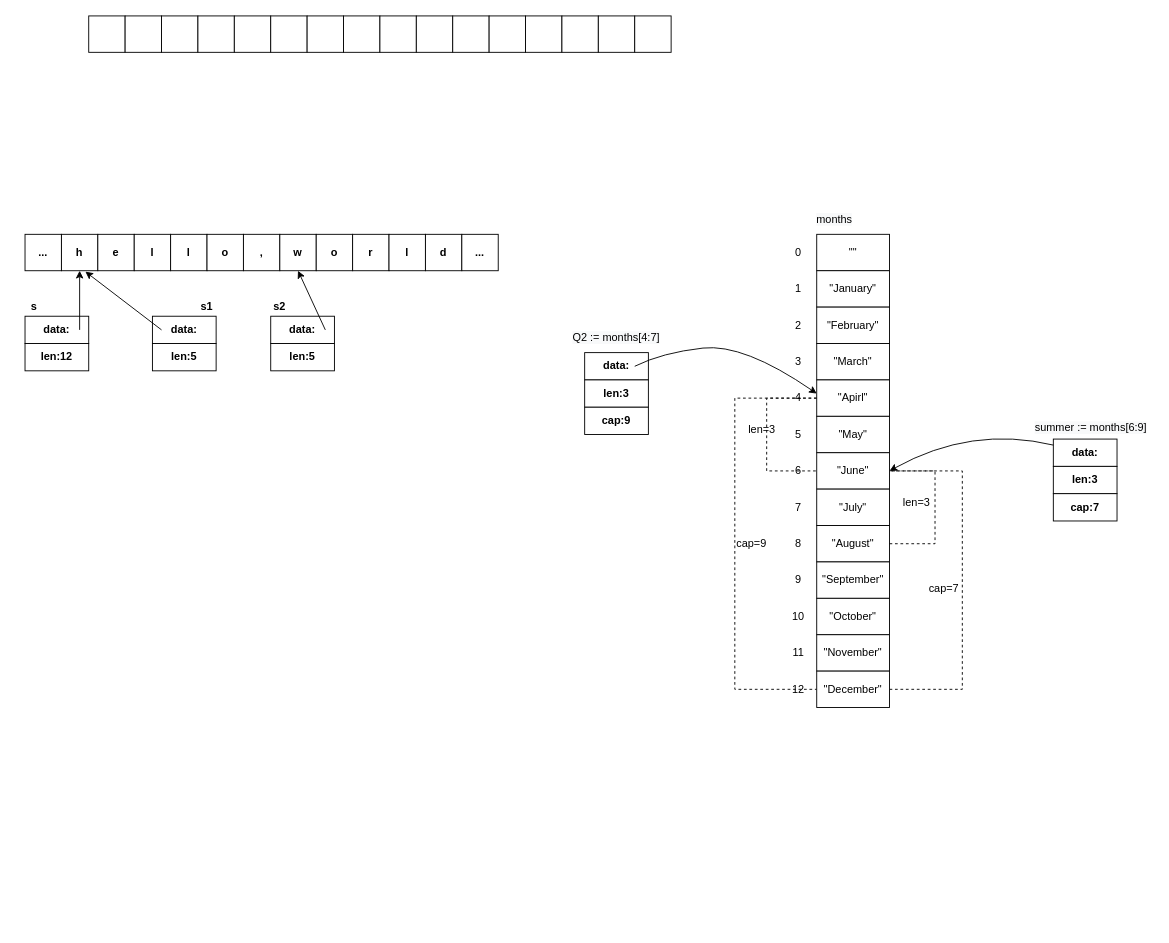
Above: go_basic.drawio in walkerdu/draw_io (draw.io), before the change. Source tidied: cells renumbered, new cells numbered last; positions are measured from the earlier drawing's top-left corner, leaving out a move shared by most shapes. Both pictures are drawn from the tidied source at 91%, with x=0, y=0 at pixel (15, 15).
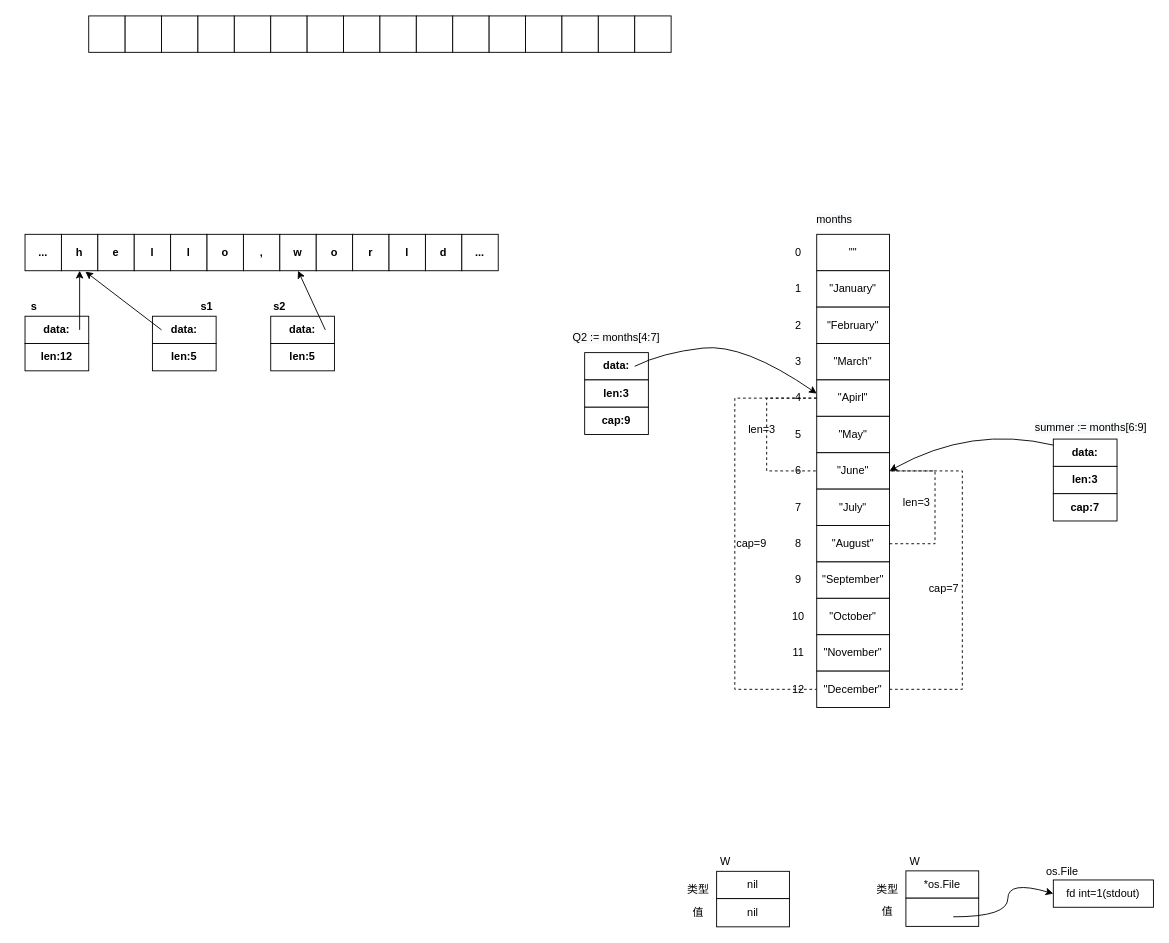
The same page after the edit.

Diff of the diagram source:
```diff
@@
+    <mxCell id="92" value="nil" style="rounded=0;whiteSpace=wrap;html=1;" parent="1" vertex="1">
+      <mxGeometry x="770" y="940" width="80" height="30" as="geometry" />
+    </mxCell>
+    <mxCell id="93" value="nil" style="rounded=0;whiteSpace=wrap;html=1;" parent="1" vertex="1">
+      <mxGeometry x="770" y="970" width="80" height="31" as="geometry" />
+    </mxCell>
+    <mxCell id="94" value="类型" style="text;html=1;strokeColor=none;fillColor=none;align=center;verticalAlign=middle;whiteSpace=wrap;rounded=0;dashed=1;" parent="1" vertex="1">
+      <mxGeometry x="730" y="950" width="40" height="20" as="geometry" />
+    </mxCell>
+    <mxCell id="95" value="值" style="text;html=1;strokeColor=none;fillColor=none;align=center;verticalAlign=middle;whiteSpace=wrap;rounded=0;dashed=1;" parent="1" vertex="1">
+      <mxGeometry x="730" y="975.5" width="40" height="20" as="geometry" />
+    </mxCell>
+    <mxCell id="96" value="W" style="text;html=1;strokeColor=none;fillColor=none;align=center;verticalAlign=middle;whiteSpace=wrap;rounded=0;dashed=1;" parent="1" vertex="1">
+      <mxGeometry x="760" y="920" width="40" height="20" as="geometry" />
+    </mxCell>
+    <mxCell id="97" value="*os.File" style="rounded=0;whiteSpace=wrap;html=1;" parent="1" vertex="1">
+      <mxGeometry x="978" y="939.5" width="80" height="30" as="geometry" />
+    </mxCell>
+    <mxCell id="98" style="rounded=0;whiteSpace=wrap;html=1;" parent="1" vertex="1">
+      <mxGeometry x="978" y="969.5" width="80" height="31" as="geometry" />
+    </mxCell>
+    <mxCell id="99" value="类型" style="text;html=1;strokeColor=none;fillColor=none;align=center;verticalAlign=middle;whiteSpace=wrap;rounded=0;dashed=1;" parent="1" vertex="1">
+      <mxGeometry x="938" y="949.5" width="40" height="20" as="geometry" />
+    </mxCell>
+    <mxCell id="100" value="值" style="text;html=1;strokeColor=none;fillColor=none;align=center;verticalAlign=middle;whiteSpace=wrap;rounded=0;dashed=1;" parent="1" vertex="1">
+      <mxGeometry x="938" y="975" width="40" height="20" as="geometry" />
+    </mxCell>
+    <mxCell id="101" value="W" style="text;html=1;strokeColor=none;fillColor=none;align=center;verticalAlign=middle;whiteSpace=wrap;rounded=0;dashed=1;" parent="1" vertex="1">
+      <mxGeometry x="968" y="919.5" width="40" height="20" as="geometry" />
+    </mxCell>
+    <mxCell id="102" value="fd int=1(stdout)" style="rounded=0;whiteSpace=wrap;html=1;" parent="1" vertex="1">
+      <mxGeometry x="1140" y="949.5" width="110" height="30" as="geometry" />
+    </mxCell>
+    <mxCell id="103" style="curved=1;endArrow=classic;html=1;entryX=0;entryY=0.5;entryDx=0;entryDy=0;exitX=0.65;exitY=0.661;exitDx=0;exitDy=0;exitPerimeter=0;" parent="1" edge="1" source="98" target="102">
+      <mxGeometry relative="1" as="geometry">
+        <Array as="points">
+          <mxPoint x="1090" y="990" />
+          <mxPoint x="1090" y="950" />
+        </Array>
+      </mxGeometry>
+    </mxCell>
+    <mxCell id="104" value="os.File" style="text;html=1;strokeColor=none;fillColor=none;align=center;verticalAlign=middle;whiteSpace=wrap;rounded=0;dashed=1;" parent="1" vertex="1">
+      <mxGeometry x="1130" y="929.5" width="40" height="20" as="geometry" />
+    </mxCell>
```
